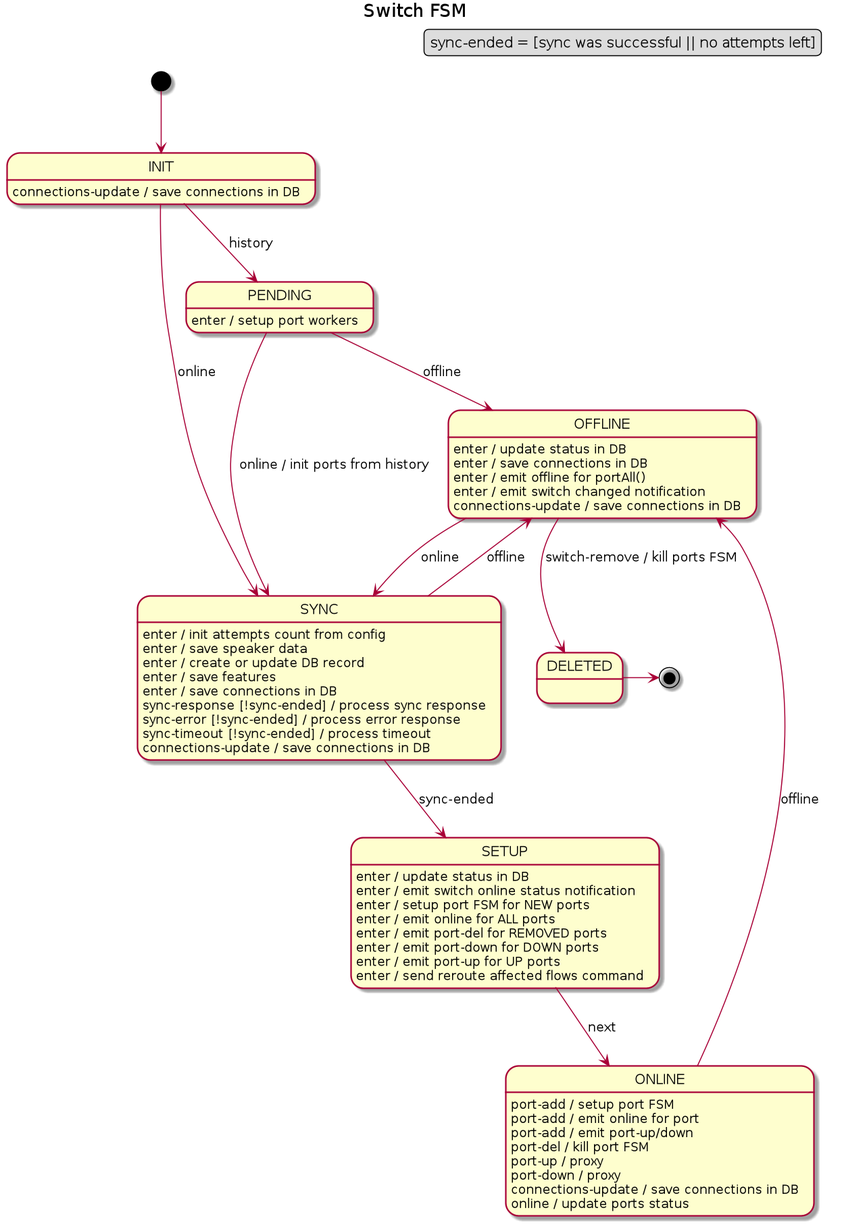
Above: docs/design/network-discovery/switch-FSM.png in telstra/open-kilda (PlantUML), before the change.
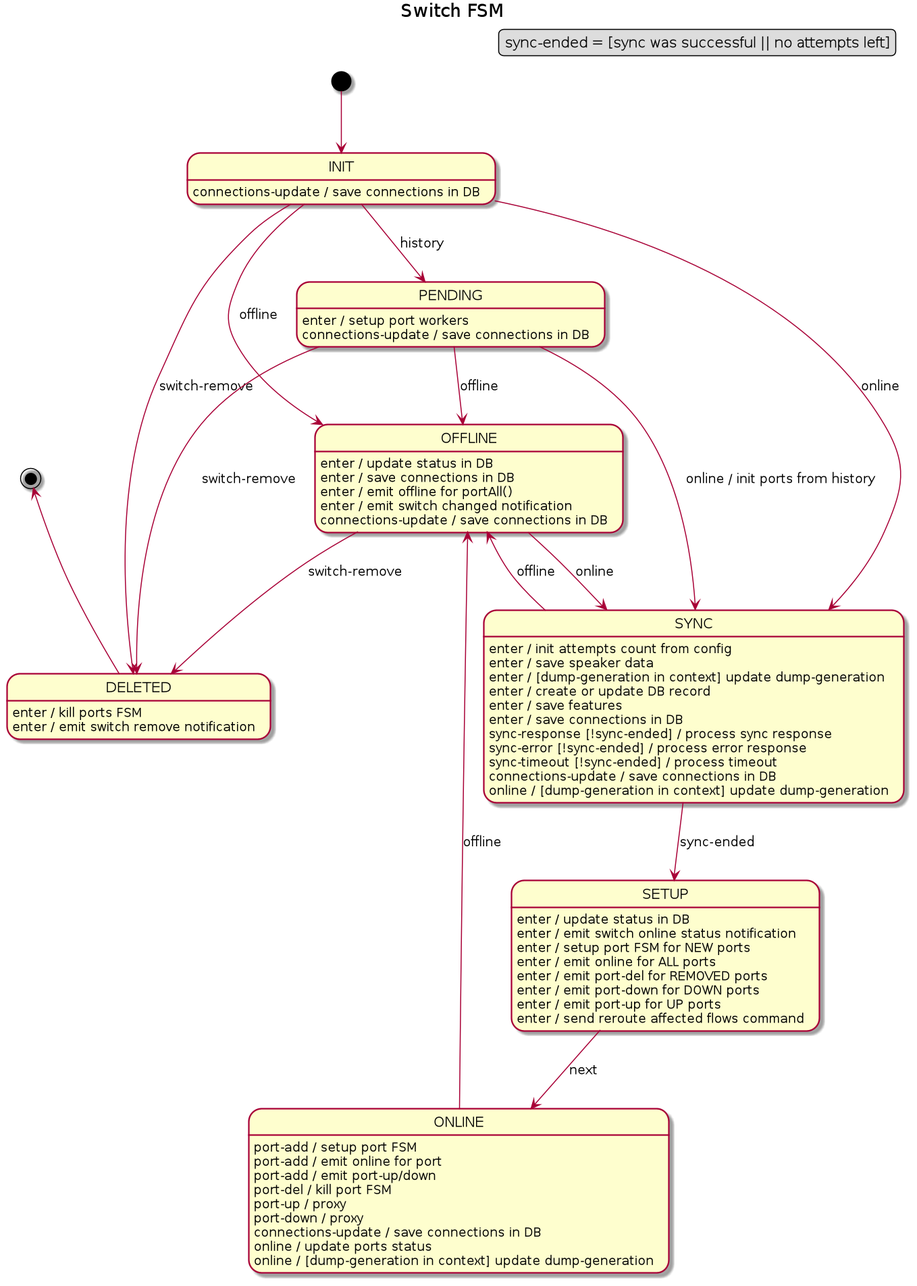
The same diagram one commit later.

What changed in the source:
```diff
@@ -9,14 +9,19 @@
 
 INIT --> SYNC : online
 INIT --> PENDING : history
+INIT --> OFFLINE : offline
+INIT --> DELETED : switch-remove
 INIT : connections-update / save connections in DB
 
 PENDING : enter / setup port workers
 PENDING --> SYNC : online / init ports from history
 PENDING --> OFFLINE : offline
+PENDING --> DELETED : switch-remove
+PENDING : connections-update / save connections in DB
 
 SYNC : enter / init attempts count from config
 SYNC : enter / save speaker data
+SYNC : enter / [dump-generation in context] update dump-generation
 SYNC : enter / create or update DB record
 SYNC : enter / save features
 SYNC : enter / save connections in DB
@@ -24,8 +29,9 @@
 SYNC : sync-error [!sync-ended] / process error response
 SYNC : sync-timeout [!sync-ended] / process timeout
 SYNC : connections-update / save connections in DB
+SYNC : online / [dump-generation in context] update dump-generation
 SYNC --> SETUP : sync-ended
-SYNC --> OFFLINE : offline
+SYNC -r-> OFFLINE : offline
 
 SETUP : enter / update status in DB
 SETUP : enter / emit switch online status notification
@@ -45,6 +51,7 @@
 ONLINE : port-down / proxy
 ONLINE : connections-update / save connections in DB
 ONLINE : online / update ports status
+ONLINE : online / [dump-generation in context] update dump-generation
 ONLINE --> OFFLINE : offline
 
 OFFLINE : enter / update status in DB
@@ -53,7 +60,10 @@
 OFFLINE : enter / emit switch changed notification
 OFFLINE : connections-update / save connections in DB
 OFFLINE --> SYNC : online
-OFFLINE --> DELETED: switch-remove / kill ports FSM
-DELETED -> [*]
+OFFLINE --> DELETED: switch-remove
+
+DELETED : enter / kill ports FSM
+DELETED : enter / emit switch remove notification
+DELETED -u-> [*]
 
 @enduml
```
